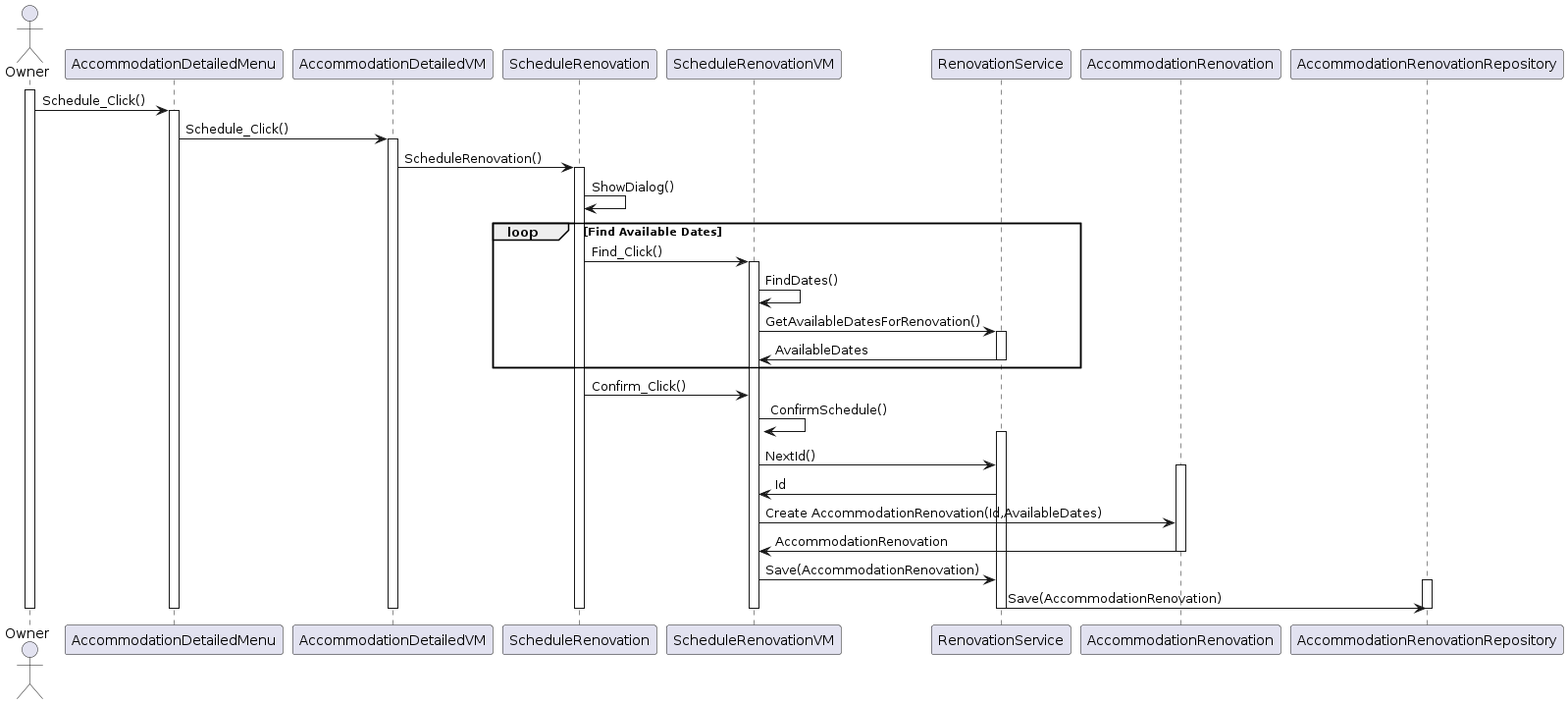
Above: Resources/Diagrams/owner-sequence-renovation-scheduling.png in kzi-nastava/sims-ra-2024-group-6-team-a (PlantUML), before the change. Source of this version:
```plantuml
@startuml
actor Owner
participant "AccommodationDetailedMenu" as ADM
participant "AccommodationDetailedVM" as ADV
participant "ScheduleRenovation" as SR
participant "ScheduleRenovationVM" as SRVM
participant "RenovationService" as RS
participant "AccommodationRenovation" as AR
participant "AccommodationRenovationRepository" as ARR

activate Owner
Owner -> ADM: Schedule_Click()
activate ADM
ADM -> ADV: Schedule_Click()
activate ADV
ADV -> SR: ScheduleRenovation()
activate SR
SR -> SR: ShowDialog()
loop Find Available Dates
    SR -> SRVM: Find_Click()
    activate SRVM
    SRVM -> SRVM: FindDates()
    SRVM -> RS: GetAvailableDatesForRenovation()
    activate RS
    RS -> SRVM: AvailableDates
    deactivate RS
end

activate SRVM
SR -> SRVM: Confirm_Click()
SRVM -> SRVM: ConfirmSchedule()
activate RS
SRVM -> RS: NextId()
activate AR
RS -> SRVM : Id
SRVM -> AR: Create AccommodationRenovation(Id,AvailableDates)
AR -> SRVM: AccommodationRenovation
deactivate AR
SRVM -> RS: Save(AccommodationRenovation)
activate ARR
RS -> ARR: Save(AccommodationRenovation)
deactivate ARR
deactivate SR
deactivate ADV
deactivate ADM
deactivate RS
deactivate SRVM
deactivate Owner
@enduml
```
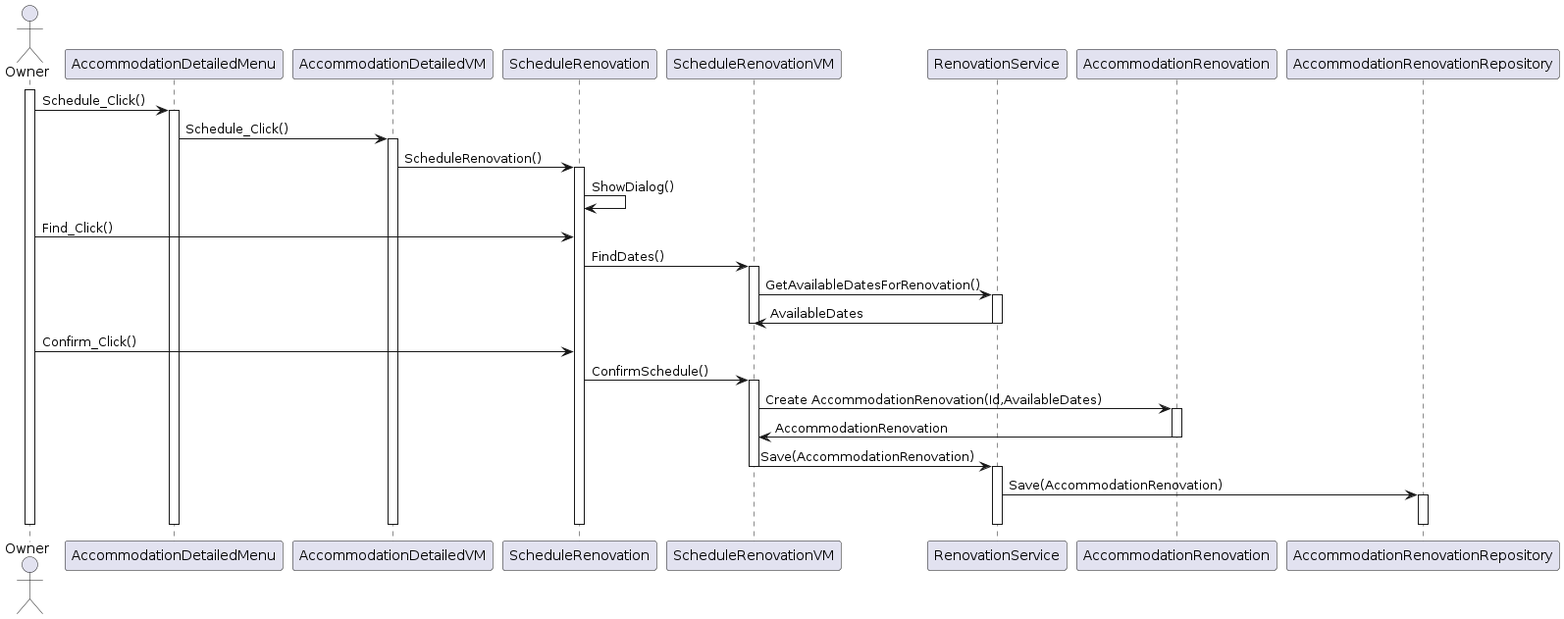
After the commit.

The edit, as a diff of the source:
```diff
@@ -16,34 +16,36 @@
 ADV -> SR: ScheduleRenovation()
 activate SR
 SR -> SR: ShowDialog()
-loop Find Available Dates
-    SR -> SRVM: Find_Click()
-    activate SRVM
-    SRVM -> SRVM: FindDates()
-    SRVM -> RS: GetAvailableDatesForRenovation()
-    activate RS
-    RS -> SRVM: AvailableDates
-    deactivate RS
-end
+Owner -> SR: Find_Click()
 
+SR -> SRVM: FindDates()
 activate SRVM
-SR -> SRVM: Confirm_Click()
-SRVM -> SRVM: ConfirmSchedule()
+SRVM -> RS: GetAvailableDatesForRenovation()
 activate RS
-SRVM -> RS: NextId()
+RS -> SRVM: AvailableDates
+deactivate SRVM
+deactivate RS
+
+Owner -> SR: Confirm_Click()
+SR -> SRVM: ConfirmSchedule()
+activate SRVM
+
+SRVM -> AR: Create AccommodationRenovation(Id,AvailableDates)
 activate AR
-RS -> SRVM : Id
-SRVM -> AR: Create AccommodationRenovation(Id,AvailableDates)
 AR -> SRVM: AccommodationRenovation
 deactivate AR
+
 SRVM -> RS: Save(AccommodationRenovation)
+deactivate SRVM
+activate RS
+
+RS -> ARR: Save(AccommodationRenovation)
 activate ARR
-RS -> ARR: Save(AccommodationRenovation)
+deactivate RS
 deactivate ARR
+deactivate AR
 deactivate SR
 deactivate ADV
 deactivate ADM
-deactivate RS
-deactivate SRVM
 deactivate Owner
 @enduml
```
